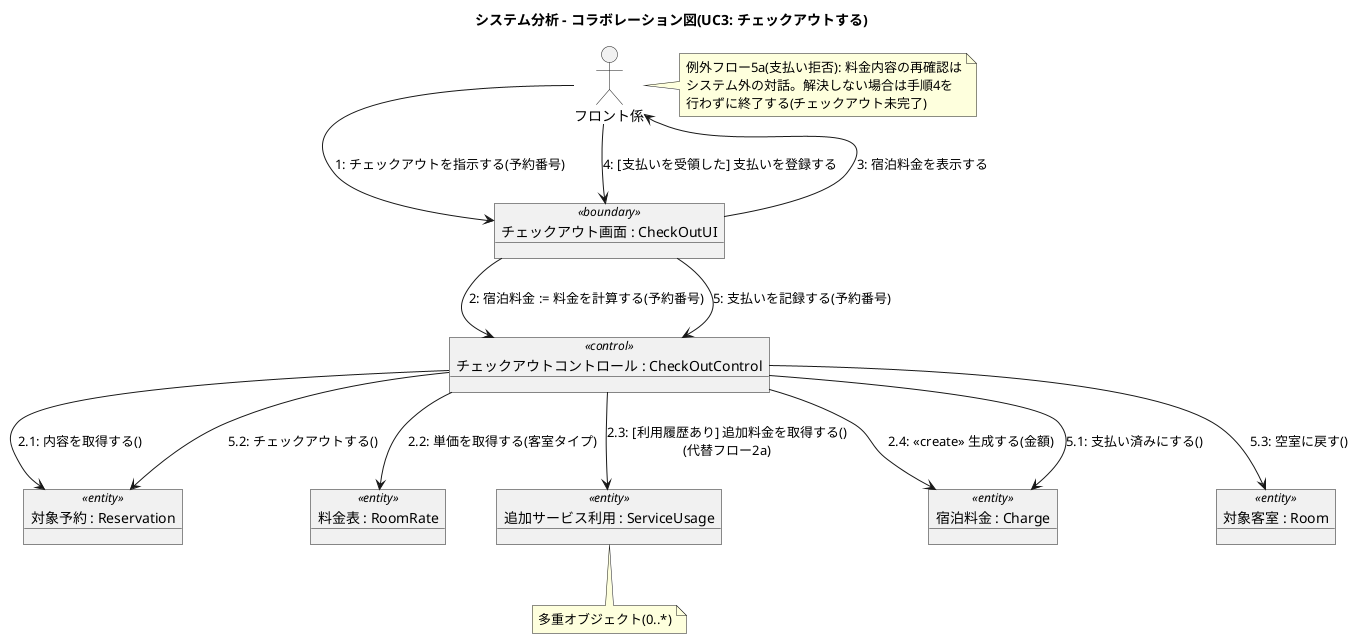
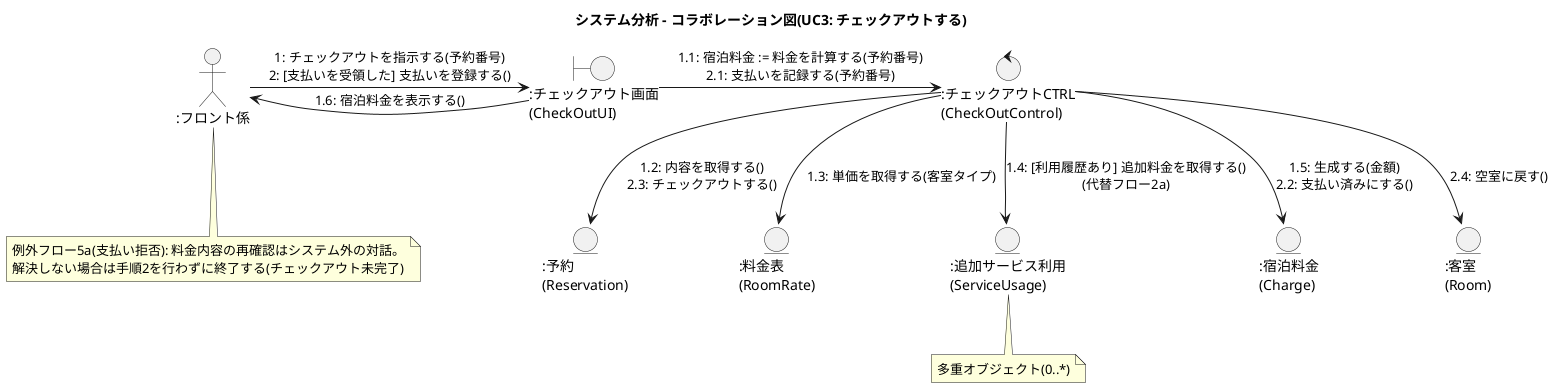
@startuml collaboration_uc3_checkout
- allowmixing
title システム分析 - コラボレーション図(UC3: チェックアウトする)

- actor "フロント係" as Staff
- object "チェックアウト画面 : CheckOutUI" as UI <<boundary>>
- object "チェックアウトコントロール : CheckOutControl" as Ctrl <<control>>
- object "対象予約 : Reservation" as Rsv <<entity>>
- object "料金表 : RoomRate" as Rate <<entity>>
- object "追加サービス利用 : ServiceUsage" as Svc <<entity>>
- object "宿泊料金 : Charge" as Charge <<entity>>
- object "対象客室 : Room" as Room <<entity>>
+ actor ":フロント係" as Staff
+ boundary ":チェックアウト画面\n(CheckOutUI)" as UI
+ control ":チェックアウトCTRL\n(CheckOutControl)" as Ctrl
+ entity ":予約\n(Reservation)" as Rsv
+ entity ":料金表\n(RoomRate)" as Rate
+ entity ":追加サービス利用\n(ServiceUsage)" as Svc
+ entity ":宿泊料金\n(Charge)" as Charge
+ entity ":客室\n(Room)" as Room
+ 
+ Staff -right-> UI : 1: チェックアウトを指示する(予約番号)\n2: [支払いを受領した] 支払いを登録する()
+ UI -left-> Staff : 1.6: 宿泊料金を表示する()
+ UI -right-> Ctrl : 1.1: 宿泊料金 := 料金を計算する(予約番号)\n2.1: 支払いを記録する(予約番号)
+ Ctrl -down-> Rsv : 1.2: 内容を取得する()\n2.3: チェックアウトする()
+ Ctrl -down-> Rate : 1.3: 単価を取得する(客室タイプ)
+ Ctrl -down-> Svc : 1.4: [利用履歴あり] 追加料金を取得する()\n(代替フロー2a)
+ Ctrl -down-> Charge : 1.5: 生成する(金額)\n2.2: 支払い済みにする()
+ Ctrl -down-> Room : 2.4: 空室に戻す()

note bottom of Svc : 多重オブジェクト(0..*)
- note right of Staff : 例外フロー5a(支払い拒否): 料金内容の再確認は\nシステム外の対話。解決しない場合は手順4を\n行わずに終了する(チェックアウト未完了)
- 
- Staff --> UI : 1: チェックアウトを指示する(予約番号)
- UI --> Ctrl : 2: 宿泊料金 := 料金を計算する(予約番号)
- Ctrl --> Rsv : 2.1: 内容を取得する()
- Ctrl --> Rate : 2.2: 単価を取得する(客室タイプ)
- Ctrl --> Svc : 2.3: [利用履歴あり] 追加料金を取得する()\n(代替フロー2a)
- Ctrl --> Charge : 2.4: <<create>> 生成する(金額)
- UI --> Staff : 3: 宿泊料金を表示する
- Staff --> UI : 4: [支払いを受領した] 支払いを登録する
- UI --> Ctrl : 5: 支払いを記録する(予約番号)
- Ctrl --> Charge : 5.1: 支払い済みにする()
- Ctrl --> Rsv : 5.2: チェックアウトする()
- Ctrl --> Room : 5.3: 空室に戻す()
+ note bottom of Staff : 例外フロー5a(支払い拒否): 料金内容の再確認はシステム外の対話。\n解決しない場合は手順2を行わずに終了する(チェックアウト未完了)

@enduml
